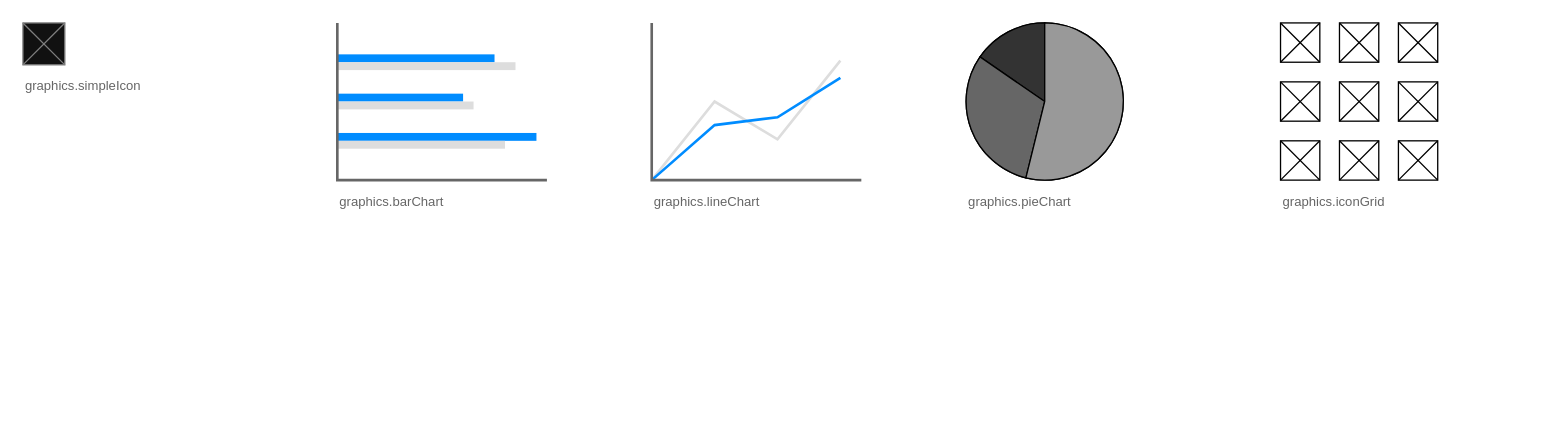
Earlier version of the draw.io diagram page "graphics" (7 of 8) of outputs/wireframes/catalog/catalog.drawio (hiroshees/drawio-design-kit). Source tidied: cells renumbered, new cells numbered last; positions are measured from the earlier drawing's top-left corner, leaving out a move shared by most shapes. Both pictures are drawn from the tidied source at 131%, with x=0, y=0 at pixel (22, 22).
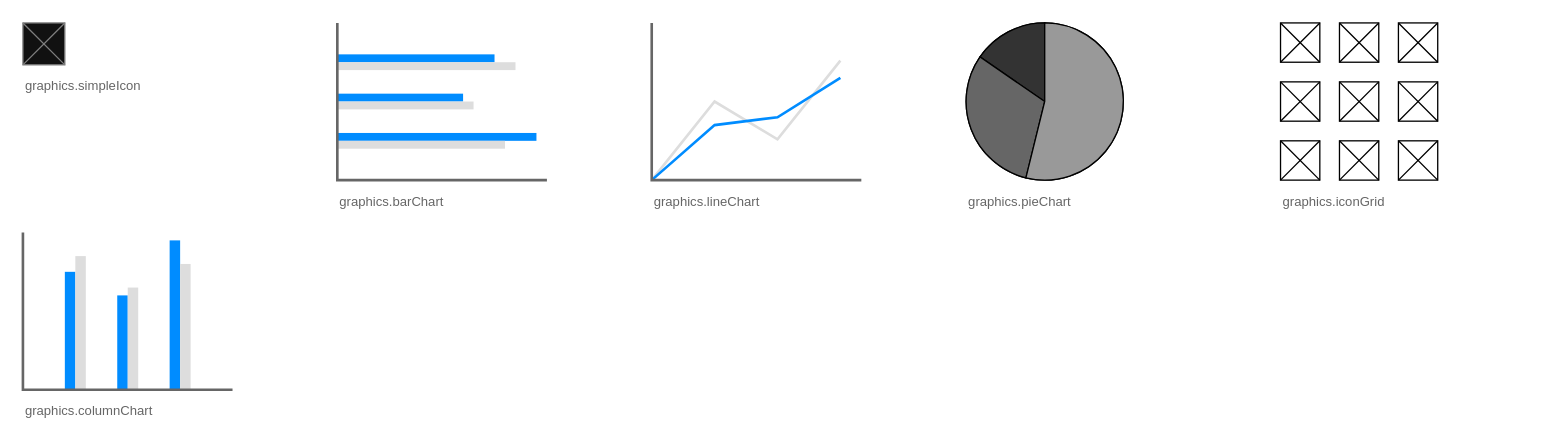
Above is the later version.

Change to the diagram source:
```diff
@@
 <mxGraphModel background="#FFFFFF">
   <root>
     <mxCell id="0" />
     <mxCell id="1" parent="0" />
     <mxCell id="2" style="shape=mxgraph.mockup.graphics.simpleIcon;html=1;whiteSpace=wrap;strokeColor=#7E7E7E;fillColor=#111111;" parent="1" vertex="1">
       <mxGeometry width="32" height="32" as="geometry" />
     </mxCell>
     <mxCell id="3" value="graphics.simpleIcon" style="text;html=1;align=left;verticalAlign=top;fontSize=10;fontColor=#666666;" parent="1" vertex="1">
       <mxGeometry y="36" width="200" height="16" as="geometry" />
     </mxCell>
     <mxCell id="4" style="shape=mxgraph.mockup.graphics.barChart;html=1;whiteSpace=wrap;strokeColor=none;strokeColor2=none;" parent="1" vertex="1">
       <mxGeometry x="240" width="160" height="120" as="geometry" />
     </mxCell>
     <mxCell id="5" value="graphics.barChart" style="text;html=1;align=left;verticalAlign=top;fontSize=10;fontColor=#666666;" parent="1" vertex="1">
       <mxGeometry x="240" y="124" width="200" height="16" as="geometry" />
     </mxCell>
     <mxCell id="6" style="shape=mxgraph.mockup.graphics.lineChart;html=1;whiteSpace=wrap;strokeColor=none;" parent="1" vertex="1">
       <mxGeometry x="480" width="160" height="120" as="geometry" />
     </mxCell>
     <mxCell id="7" value="graphics.lineChart" style="text;html=1;align=left;verticalAlign=top;fontSize=10;fontColor=#666666;" parent="1" vertex="1">
       <mxGeometry x="480" y="124" width="200" height="16" as="geometry" />
     </mxCell>
     <mxCell id="8" style="shape=mxgraph.mockup.graphics.pieChart;html=1;whiteSpace=wrap;parts=10,20,35;" parent="1" vertex="1">
       <mxGeometry x="720" width="120" height="120" as="geometry" />
     </mxCell>
     <mxCell id="9" value="graphics.pieChart" style="text;html=1;align=left;verticalAlign=top;fontSize=10;fontColor=#666666;" parent="1" vertex="1">
       <mxGeometry x="720" y="124" width="200" height="16" as="geometry" />
     </mxCell>
     <mxCell id="10" style="shape=mxgraph.mockup.graphics.iconGrid;html=1;whiteSpace=wrap;" parent="1" vertex="1">
       <mxGeometry x="960" width="120" height="120" as="geometry" />
     </mxCell>
     <mxCell id="11" value="graphics.iconGrid" style="text;html=1;align=left;verticalAlign=top;fontSize=10;fontColor=#666666;" parent="1" vertex="1">
       <mxGeometry x="960" y="124" width="200" height="16" as="geometry" />
     </mxCell>
+    <mxCell id="12" style="shape=mxgraph.mockup.graphics.columnChart;html=1;whiteSpace=wrap;strokeColor=none;strokeColor2=none;" parent="1" vertex="1">
+      <mxGeometry y="160" width="160" height="120" as="geometry" />
+    </mxCell>
+    <mxCell id="13" value="graphics.columnChart" style="text;html=1;align=left;verticalAlign=top;fontSize=10;fontColor=#666666;" parent="1" vertex="1">
+      <mxGeometry y="284" width="200" height="16" as="geometry" />
+    </mxCell>
   </root>
 </mxGraphModel>
```
